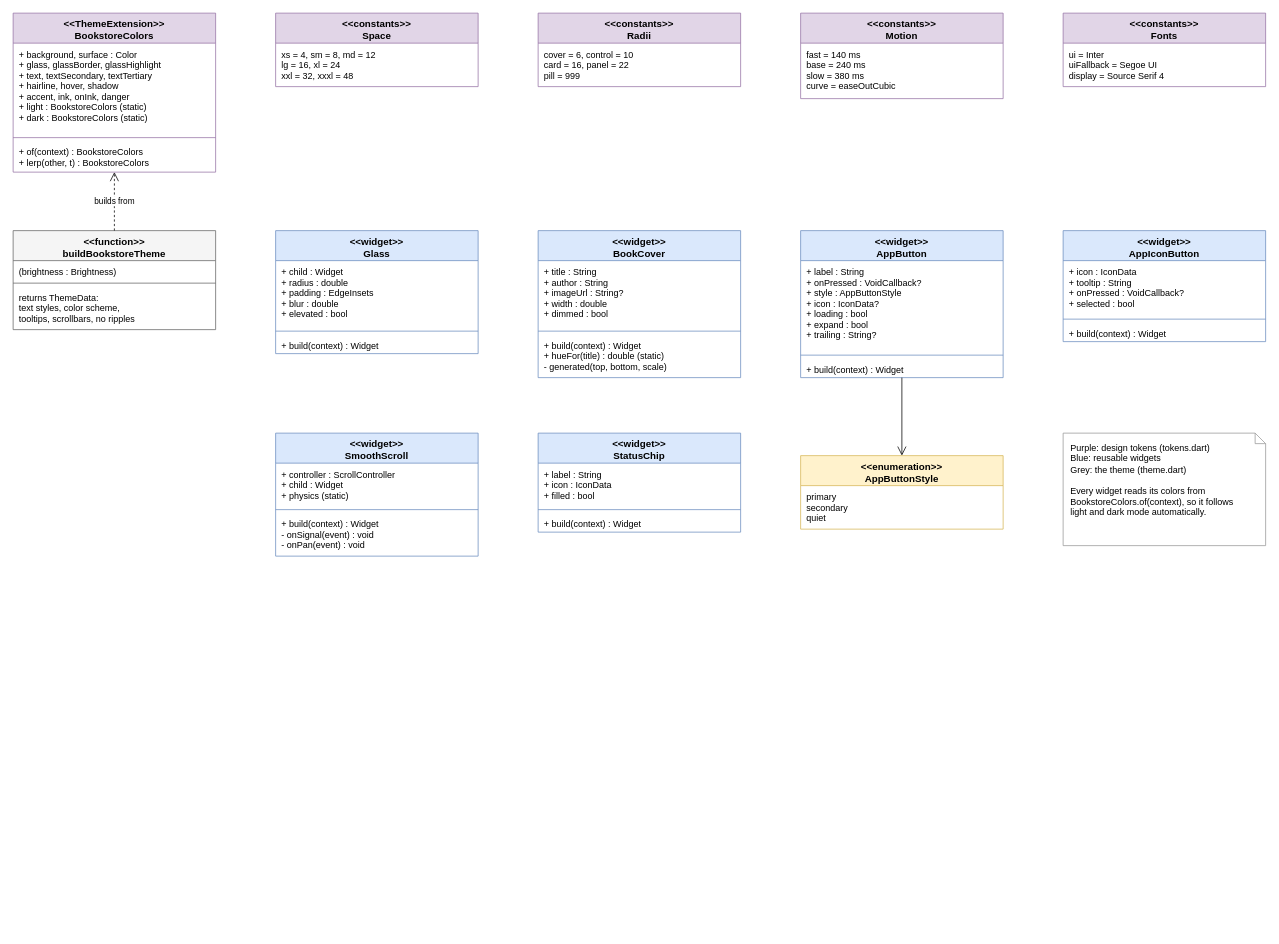
Before: docs/02-design/diagrams/class-bookstore-ui.drawio in KFUPMer/csce310-bookstore, a draw.io diagram. Source tidied: cells renumbered, new cells numbered last; positions are measured from the earlier drawing's top-left corner, leaving out a move shared by most shapes. Both pictures are drawn from the tidied source at 75%, with x=0, y=0 at pixel (13, 13).
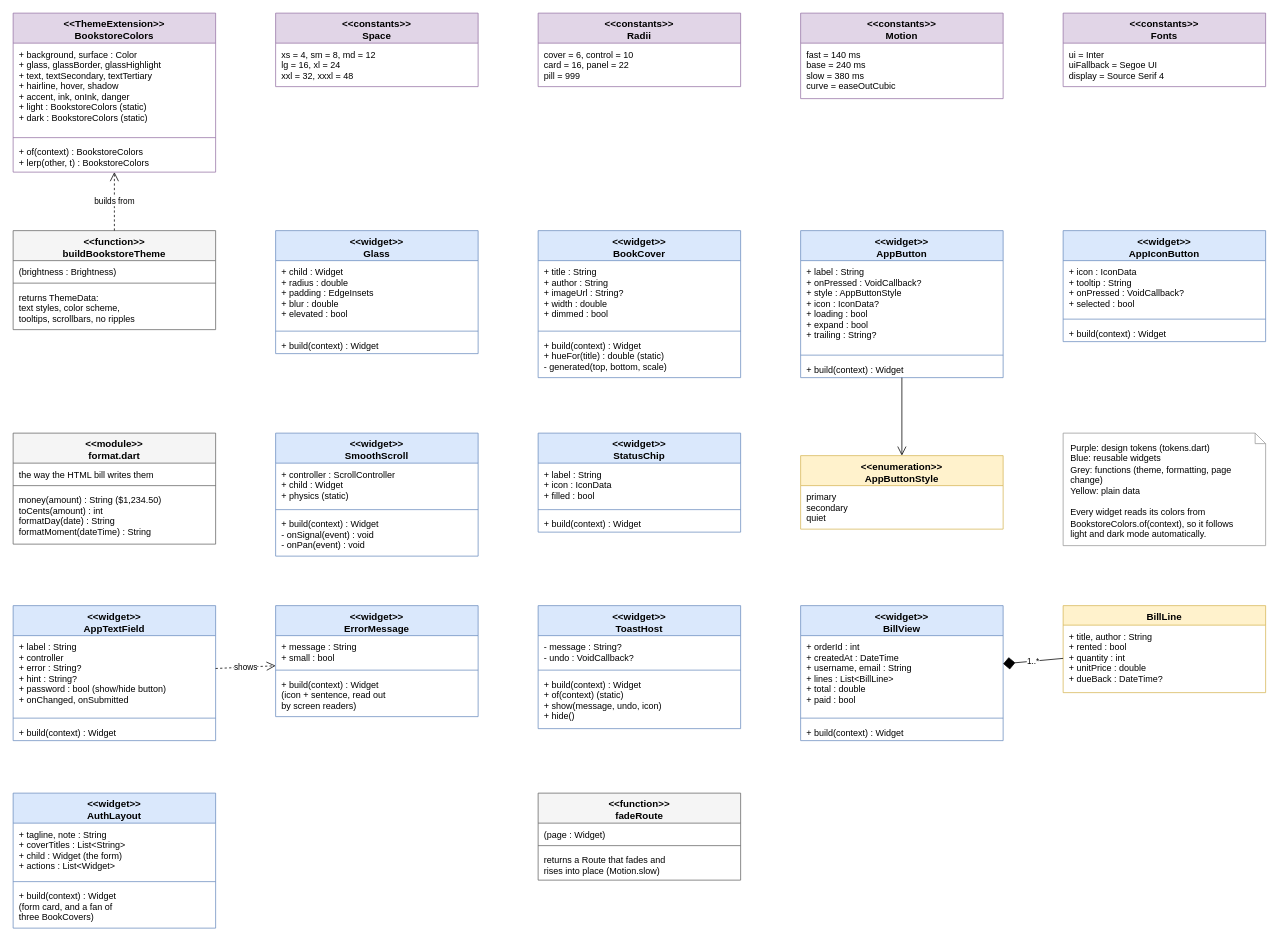
The same diagram, later.

What changed in the source:
```diff
@@
+    <mxCell id="47" value="&lt;&lt;module&gt;&gt;&#10;format.dart" style="swimlane;fontStyle=1;align=center;verticalAlign=top;horizontal=1;startSize=40;fillColor=#f5f5f5;strokeColor=#666666;fontSize=13;" parent="1" vertex="1">
+      <mxGeometry y="560" width="270" height="148" as="geometry" />
+    </mxCell>
+    <mxCell id="48" value="the way the HTML bill writes them" style="text;strokeColor=none;fillColor=none;align=left;verticalAlign=top;spacingLeft=6;spacingRight=4;spacingTop=2;overflow=hidden;fontSize=12;" parent="47" vertex="1">
+      <mxGeometry y="40" width="270" height="26" as="geometry" />
+    </mxCell>
+    <mxCell id="49" style="line;strokeWidth=1;fillColor=none;align=left;verticalAlign=middle;spacingTop=-1;spacingLeft=3;spacingRight=3;labelPosition=right;strokeColor=inherit;" parent="47" vertex="1">
+      <mxGeometry y="66" width="270" height="8" as="geometry" />
+    </mxCell>
+    <mxCell id="50" value="money(amount) : String   ($1,234.50)&#10;toCents(amount) : int&#10;formatDay(date) : String&#10;formatMoment(dateTime) : String" style="text;strokeColor=none;fillColor=none;align=left;verticalAlign=top;spacingLeft=6;spacingRight=4;spacingTop=2;overflow=hidden;fontSize=12;" parent="47" vertex="1">
+      <mxGeometry y="74" width="270" height="74" as="geometry" />
+    </mxCell>
+    <mxCell id="51" value="&lt;&lt;widget&gt;&gt;&#10;AppTextField" style="swimlane;fontStyle=1;align=center;verticalAlign=top;horizontal=1;startSize=40;fillColor=#dae8fc;strokeColor=#6c8ebf;fontSize=13;" parent="1" vertex="1">
+      <mxGeometry y="790" width="270" height="180" as="geometry" />
+    </mxCell>
+    <mxCell id="52" value="+ label : String&#10;+ controller&#10;+ error : String?&#10;+ hint : String?&#10;+ password : bool  (show/hide button)&#10;+ onChanged, onSubmitted" style="text;strokeColor=none;fillColor=none;align=left;verticalAlign=top;spacingLeft=6;spacingRight=4;spacingTop=2;overflow=hidden;fontSize=12;" parent="51" vertex="1">
+      <mxGeometry y="40" width="270" height="106" as="geometry" />
+    </mxCell>
+    <mxCell id="53" style="line;strokeWidth=1;fillColor=none;align=left;verticalAlign=middle;spacingTop=-1;spacingLeft=3;spacingRight=3;labelPosition=right;strokeColor=inherit;" parent="51" vertex="1">
+      <mxGeometry y="146" width="270" height="8" as="geometry" />
+    </mxCell>
+    <mxCell id="54" value="+ build(context) : Widget" style="text;strokeColor=none;fillColor=none;align=left;verticalAlign=top;spacingLeft=6;spacingRight=4;spacingTop=2;overflow=hidden;fontSize=12;" parent="51" vertex="1">
+      <mxGeometry y="154" width="270" height="26" as="geometry" />
+    </mxCell>
+    <mxCell id="55" value="&lt;&lt;widget&gt;&gt;&#10;ErrorMessage" style="swimlane;fontStyle=1;align=center;verticalAlign=top;horizontal=1;startSize=40;fillColor=#dae8fc;strokeColor=#6c8ebf;fontSize=13;" parent="1" vertex="1">
+      <mxGeometry x="350" y="790" width="270" height="148" as="geometry" />
+    </mxCell>
+    <mxCell id="56" value="+ message : String&#10;+ small : bool" style="text;strokeColor=none;fillColor=none;align=left;verticalAlign=top;spacingLeft=6;spacingRight=4;spacingTop=2;overflow=hidden;fontSize=12;" parent="55" vertex="1">
+      <mxGeometry y="40" width="270" height="42" as="geometry" />
+    </mxCell>
+    <mxCell id="57" style="line;strokeWidth=1;fillColor=none;align=left;verticalAlign=middle;spacingTop=-1;spacingLeft=3;spacingRight=3;labelPosition=right;strokeColor=inherit;" parent="55" vertex="1">
+      <mxGeometry y="82" width="270" height="8" as="geometry" />
+    </mxCell>
+    <mxCell id="58" value="+ build(context) : Widget&#10;(icon + sentence, read out&#10; by screen readers)" style="text;strokeColor=none;fillColor=none;align=left;verticalAlign=top;spacingLeft=6;spacingRight=4;spacingTop=2;overflow=hidden;fontSize=12;" parent="55" vertex="1">
+      <mxGeometry y="90" width="270" height="58" as="geometry" />
+    </mxCell>
+    <mxCell id="59" value="&lt;&lt;widget&gt;&gt;&#10;ToastHost" style="swimlane;fontStyle=1;align=center;verticalAlign=top;horizontal=1;startSize=40;fillColor=#dae8fc;strokeColor=#6c8ebf;fontSize=13;" parent="1" vertex="1">
+      <mxGeometry x="700" y="790" width="270" height="164" as="geometry" />
+    </mxCell>
+    <mxCell id="60" value="- message : String?&#10;- undo : VoidCallback?" style="text;strokeColor=none;fillColor=none;align=left;verticalAlign=top;spacingLeft=6;spacingRight=4;spacingTop=2;overflow=hidden;fontSize=12;" parent="59" vertex="1">
+      <mxGeometry y="40" width="270" height="42" as="geometry" />
+    </mxCell>
+    <mxCell id="61" style="line;strokeWidth=1;fillColor=none;align=left;verticalAlign=middle;spacingTop=-1;spacingLeft=3;spacingRight=3;labelPosition=right;strokeColor=inherit;" parent="59" vertex="1">
+      <mxGeometry y="82" width="270" height="8" as="geometry" />
+    </mxCell>
+    <mxCell id="62" value="+ build(context) : Widget&#10;+ of(context) (static)&#10;+ show(message, undo, icon)&#10;+ hide()" style="text;strokeColor=none;fillColor=none;align=left;verticalAlign=top;spacingLeft=6;spacingRight=4;spacingTop=2;overflow=hidden;fontSize=12;" parent="59" vertex="1">
+      <mxGeometry y="90" width="270" height="74" as="geometry" />
+    </mxCell>
+    <mxCell id="63" value="&lt;&lt;widget&gt;&gt;&#10;BillView" style="swimlane;fontStyle=1;align=center;verticalAlign=top;horizontal=1;startSize=40;fillColor=#dae8fc;strokeColor=#6c8ebf;fontSize=13;" parent="1" vertex="1">
+      <mxGeometry x="1050" y="790" width="270" height="180" as="geometry" />
+    </mxCell>
+    <mxCell id="64" value="+ orderId : int&#10;+ createdAt : DateTime&#10;+ username, email : String&#10;+ lines : List&lt;BillLine&gt;&#10;+ total : double&#10;+ paid : bool" style="text;strokeColor=none;fillColor=none;align=left;verticalAlign=top;spacingLeft=6;spacingRight=4;spacingTop=2;overflow=hidden;fontSize=12;" parent="63" vertex="1">
+      <mxGeometry y="40" width="270" height="106" as="geometry" />
+    </mxCell>
+    <mxCell id="65" style="line;strokeWidth=1;fillColor=none;align=left;verticalAlign=middle;spacingTop=-1;spacingLeft=3;spacingRight=3;labelPosition=right;strokeColor=inherit;" parent="63" vertex="1">
+      <mxGeometry y="146" width="270" height="8" as="geometry" />
+    </mxCell>
+    <mxCell id="66" value="+ build(context) : Widget" style="text;strokeColor=none;fillColor=none;align=left;verticalAlign=top;spacingLeft=6;spacingRight=4;spacingTop=2;overflow=hidden;fontSize=12;" parent="63" vertex="1">
+      <mxGeometry y="154" width="270" height="26" as="geometry" />
+    </mxCell>
+    <mxCell id="67" value="BillLine" style="swimlane;fontStyle=1;align=center;verticalAlign=top;horizontal=1;startSize=26;fillColor=#fff2cc;strokeColor=#d6b656;fontSize=13;" parent="1" vertex="1">
+      <mxGeometry x="1400" y="790" width="270" height="116" as="geometry" />
+    </mxCell>
+    <mxCell id="68" value="+ title, author : String&#10;+ rented : bool&#10;+ quantity : int&#10;+ unitPrice : double&#10;+ dueBack : DateTime?" style="text;strokeColor=none;fillColor=none;align=left;verticalAlign=top;spacingLeft=6;spacingRight=4;spacingTop=2;overflow=hidden;fontSize=12;" parent="67" vertex="1">
+      <mxGeometry y="26" width="270" height="90" as="geometry" />
+    </mxCell>
+    <mxCell id="69" value="&lt;&lt;widget&gt;&gt;&#10;AuthLayout" style="swimlane;fontStyle=1;align=center;verticalAlign=top;horizontal=1;startSize=40;fillColor=#dae8fc;strokeColor=#6c8ebf;fontSize=13;" parent="1" vertex="1">
+      <mxGeometry y="1040" width="270" height="180" as="geometry" />
+    </mxCell>
+    <mxCell id="70" value="+ tagline, note : String&#10;+ coverTitles : List&lt;String&gt;&#10;+ child : Widget  (the form)&#10;+ actions : List&lt;Widget&gt;" style="text;strokeColor=none;fillColor=none;align=left;verticalAlign=top;spacingLeft=6;spacingRight=4;spacingTop=2;overflow=hidden;fontSize=12;" parent="69" vertex="1">
+      <mxGeometry y="40" width="270" height="74" as="geometry" />
+    </mxCell>
+    <mxCell id="71" style="line;strokeWidth=1;fillColor=none;align=left;verticalAlign=middle;spacingTop=-1;spacingLeft=3;spacingRight=3;labelPosition=right;strokeColor=inherit;" parent="69" vertex="1">
+      <mxGeometry y="114" width="270" height="8" as="geometry" />
+    </mxCell>
+    <mxCell id="72" value="+ build(context) : Widget&#10;(form card, and a fan of&#10; three BookCovers)" style="text;strokeColor=none;fillColor=none;align=left;verticalAlign=top;spacingLeft=6;spacingRight=4;spacingTop=2;overflow=hidden;fontSize=12;" parent="69" vertex="1">
+      <mxGeometry y="122" width="270" height="58" as="geometry" />
+    </mxCell>
+    <mxCell id="73" value="&lt;&lt;function&gt;&gt;&#10;fadeRoute" style="swimlane;fontStyle=1;align=center;verticalAlign=top;horizontal=1;startSize=40;fillColor=#f5f5f5;strokeColor=#666666;fontSize=13;" parent="1" vertex="1">
+      <mxGeometry x="700" y="1040" width="270" height="116" as="geometry" />
+    </mxCell>
+    <mxCell id="74" value="(page : Widget)" style="text;strokeColor=none;fillColor=none;align=left;verticalAlign=top;spacingLeft=6;spacingRight=4;spacingTop=2;overflow=hidden;fontSize=12;" parent="73" vertex="1">
+      <mxGeometry y="40" width="270" height="26" as="geometry" />
+    </mxCell>
+    <mxCell id="75" style="line;strokeWidth=1;fillColor=none;align=left;verticalAlign=middle;spacingTop=-1;spacingLeft=3;spacingRight=3;labelPosition=right;strokeColor=inherit;" parent="73" vertex="1">
+      <mxGeometry y="66" width="270" height="8" as="geometry" />
+    </mxCell>
+    <mxCell id="76" value="returns a Route that fades and&#10;rises into place (Motion.slow)" style="text;strokeColor=none;fillColor=none;align=left;verticalAlign=top;spacingLeft=6;spacingRight=4;spacingTop=2;overflow=hidden;fontSize=12;" parent="73" vertex="1">
+      <mxGeometry y="74" width="270" height="42" as="geometry" />
+    </mxCell>
@@
-    <mxCell id="46" value="Purple: design tokens (tokens.dart)&#10;Blue: reusable widgets&#10;Grey: the theme (theme.dart)&#10;&#10;Every widget reads its colors from&#10;BookstoreColors.of(context), so it follows&#10;light and dark mode automatically." style="shape=note;size=14;whiteSpace=wrap;align=left;verticalAlign=top;spacingLeft=8;spacingTop=6;fillColor=#ffffff;strokeColor=#999999;fontSize=12;" parent="1" vertex="1">
-      <mxGeometry x="1400" y="560" width="270" height="150" as="geometry" />
-    </mxCell>
+    <mxCell id="77" value="shows" style="endArrow=open;endSize=10;dashed=1;html=1;rounded=0;fontSize=11;" parent="1" edge="1" source="51" target="55">
+      <mxGeometry relative="1" as="geometry" />
+    </mxCell>
+    <mxCell id="78" value="1..*" style="startArrow=diamond;startFill=1;startSize=14;endArrow=none;html=1;rounded=0;fontSize=11;" parent="1" edge="1" source="63" target="67">
+      <mxGeometry relative="1" as="geometry" />
+    </mxCell>
+    <mxCell id="79" value="Purple: design tokens (tokens.dart)&#10;Blue: reusable widgets&#10;Grey: functions (theme, formatting, page change)&#10;Yellow: plain data&#10;&#10;Every widget reads its colors from&#10;BookstoreColors.of(context), so it follows&#10;light and dark mode automatically." style="shape=note;size=14;whiteSpace=wrap;align=left;verticalAlign=top;spacingLeft=8;spacingTop=6;fillColor=#ffffff;strokeColor=#999999;fontSize=12;" parent="1" vertex="1">
+      <mxGeometry x="1400" y="560" width="270" height="150" as="geometry" />
+    </mxCell>
```
